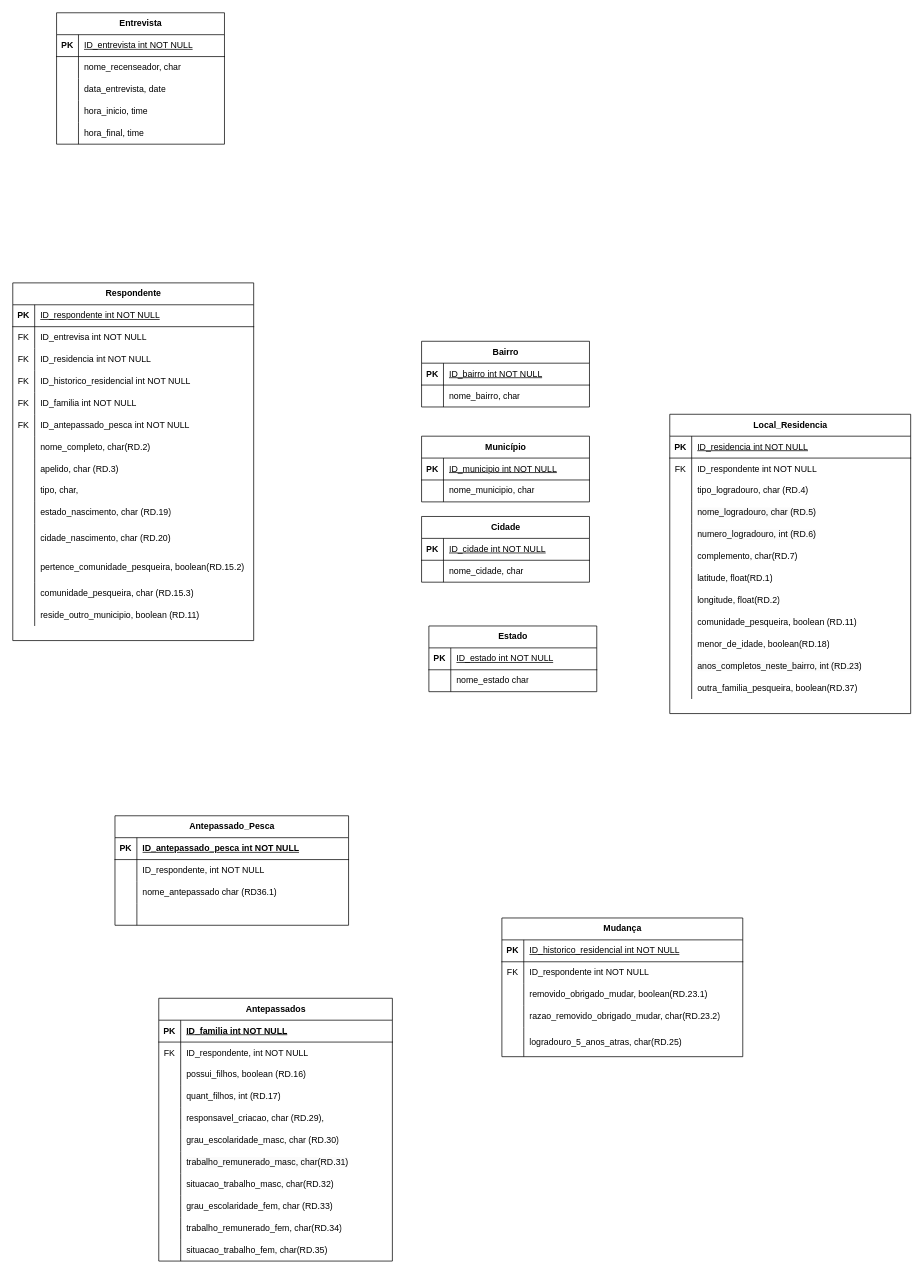
This is mer_1.drawio from larisard/mer, a draw.io file, before an edit. Source tidied: cells renumbered, new cells numbered last; positions are measured from the earlier drawing's top-left corner, leaving out a move shared by most shapes. Both pictures are drawn from the tidied source at 73%, with x=0, y=0 at pixel (12, 12).
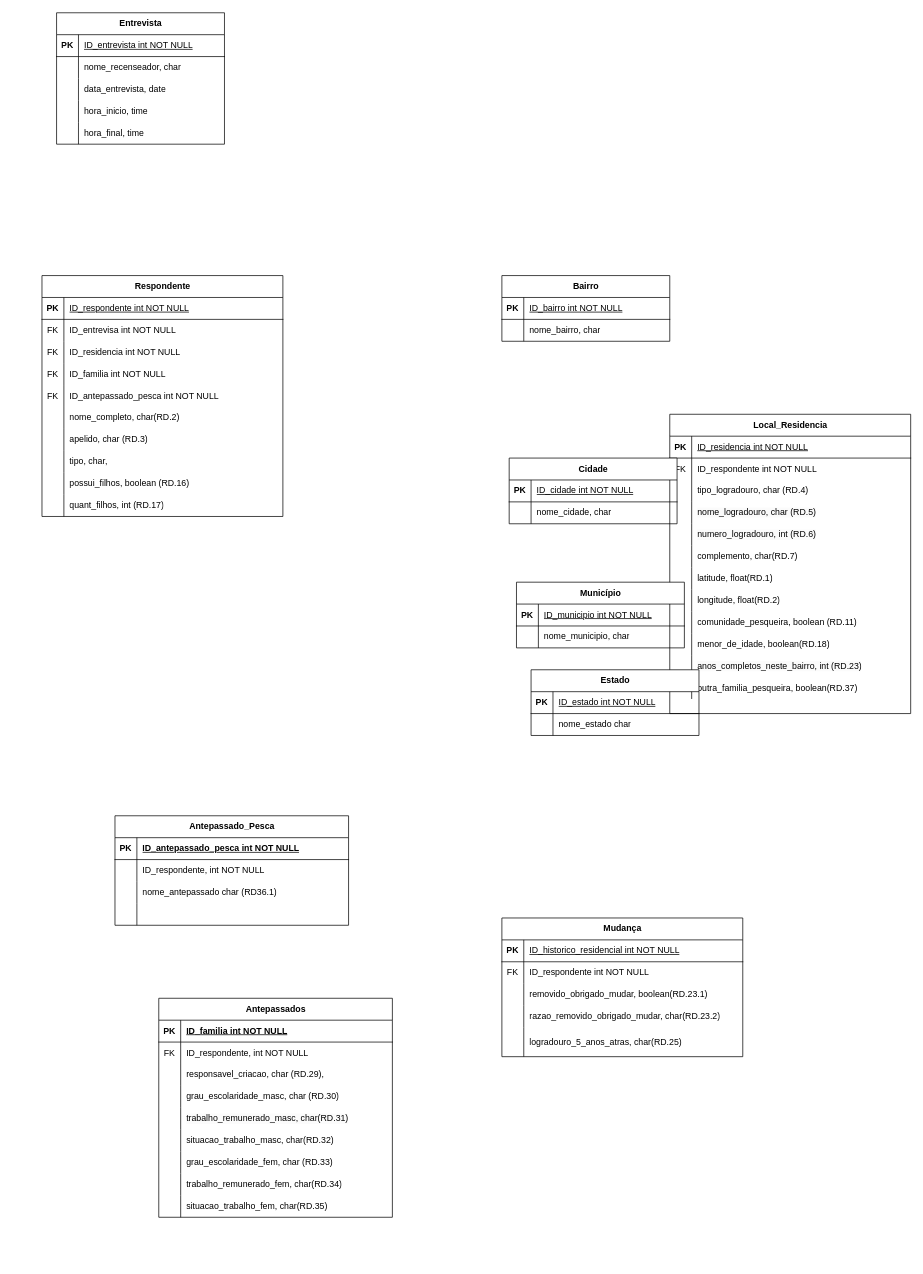
After the change.

The change refers to these unchanged cells:
```xml
<mxCell id="46" style="shape=tableRow;horizontal=0;startSize=0;swimlaneHead=0;swimlaneBody=0;fillColor=none;top=0;left=0;right=0;bottom=0;" parent="18" vertex="1">
  <mxGeometry y="300" width="330" height="30" as="geometry" />
</mxCell>
```

Diff of the diagram source:
```diff
@@
     <mxCell id="18" value="Respondente" style="shape=table;startSize=30;childLayout=tableLayout;rowLines=0;fontStyle=1;align=center;html=1;" parent="1" vertex="1">
-      <mxGeometry y="370" width="330" height="490" as="geometry" />
+      <mxGeometry x="40" y="360" width="330" height="330" as="geometry" />
     </mxCell>
@@
-    <mxCell id="28" style="shape=tableRow;horizontal=0;startSize=0;swimlaneHead=0;swimlaneBody=0;fillColor=none;top=0;left=0;right=0;bottom=0;" parent="18" vertex="1">
-      <mxGeometry y="120" width="330" height="30" as="geometry" />
-    </mxCell>
-    <mxCell id="29" value="FK" style="shape=partialRectangle;fillColor=none;top=0;left=0;bottom=0;right=0;overflow=hidden;whiteSpace=wrap;html=1;" parent="28" vertex="1">
-      <mxGeometry width="30" height="30" as="geometry" />
-    </mxCell>
-    <mxCell id="30" value="&lt;div style=&quot;text-wrap-mode: nowrap;&quot;&gt;ID_historico_residencial int NOT NULL&lt;/div&gt;" style="shape=partialRectangle;fillColor=none;top=0;left=0;bottom=0;right=0;align=left;spacingLeft=6;overflow=hidden;whiteSpace=wrap;html=1;" parent="28" vertex="1">
-      <mxGeometry x="30" width="300" height="30" as="geometry" />
-    </mxCell>
     <mxCell id="31" style="shape=tableRow;horizontal=0;startSize=0;swimlaneHead=0;swimlaneBody=0;fillColor=none;top=0;left=0;right=0;bottom=0;" parent="18" vertex="1">
-      <mxGeometry y="150" width="330" height="30" as="geometry" />
+      <mxGeometry y="120" width="330" height="30" as="geometry" />
     </mxCell>
@@
     <mxCell id="34" style="shape=tableRow;horizontal=0;startSize=0;swimlaneHead=0;swimlaneBody=0;fillColor=none;top=0;left=0;right=0;bottom=0;" parent="18" vertex="1">
-      <mxGeometry y="180" width="330" height="30" as="geometry" />
+      <mxGeometry y="150" width="330" height="30" as="geometry" />
     </mxCell>
@@
     <mxCell id="37" style="shape=tableRow;horizontal=0;startSize=0;swimlaneHead=0;swimlaneBody=0;fillColor=none;top=0;left=0;right=0;bottom=0;" parent="18" vertex="1">
-      <mxGeometry y="210" width="330" height="30" as="geometry" />
+      <mxGeometry y="180" width="330" height="30" as="geometry" />
     </mxCell>
@@
     <mxCell id="40" style="shape=tableRow;horizontal=0;startSize=0;swimlaneHead=0;swimlaneBody=0;fillColor=none;top=0;left=0;right=0;bottom=0;" parent="18" vertex="1">
-      <mxGeometry y="240" width="330" height="30" as="geometry" />
+      <mxGeometry y="210" width="330" height="30" as="geometry" />
     </mxCell>
@@
     <mxCell id="43" style="shape=tableRow;horizontal=0;startSize=0;swimlaneHead=0;swimlaneBody=0;fillColor=none;top=0;left=0;right=0;bottom=0;" parent="18" vertex="1">
-      <mxGeometry y="270" width="330" height="30" as="geometry" />
+      <mxGeometry y="240" width="330" height="30" as="geometry" />
     </mxCell>
@@
+    <mxCell id="189" style="shape=tableRow;horizontal=0;startSize=0;swimlaneHead=0;swimlaneBody=0;fillColor=none;top=0;left=0;right=0;bottom=0;" parent="18" vertex="1">
+      <mxGeometry y="270" width="330" height="30" as="geometry" />
+    </mxCell>
+    <mxCell id="190" style="shape=partialRectangle;fillColor=none;top=0;left=0;bottom=0;right=0;overflow=hidden;whiteSpace=wrap;html=1;" parent="189" vertex="1">
+      <mxGeometry width="30" height="30" as="geometry" />
+    </mxCell>
+    <mxCell id="83" value="&lt;div style=&quot;text-wrap-mode: nowrap;&quot;&gt;possui_filhos, boolean (RD.16)&lt;/div&gt;" style="shape=partialRectangle;fillColor=none;top=0;left=0;bottom=0;right=0;align=left;spacingLeft=6;overflow=hidden;whiteSpace=wrap;html=1;" parent="189" vertex="1">
+      <mxGeometry x="30" width="300" height="30" as="geometry" />
+    </mxCell>
@@
-    <mxCell id="47" style="shape=partialRectangle;fillColor=none;top=0;left=0;bottom=0;right=0;overflow=hidden;whiteSpace=wrap;html=1;" parent="46" vertex="1">
-      <mxGeometry width="30" height="30" as="geometry" />
-    </mxCell>
-    <mxCell id="48" value="&lt;div style=&quot;text-wrap-mode: nowrap;&quot;&gt;&lt;span style=&quot;background-color: initial;&quot;&gt;estado_nascimento, char (RD.19)&lt;/span&gt;&lt;/div&gt;" style="shape=partialRectangle;fillColor=none;top=0;left=0;bottom=0;right=0;align=left;spacingLeft=6;overflow=hidden;whiteSpace=wrap;html=1;" parent="46" vertex="1">
-      <mxGeometry x="30" width="300" height="30" as="geometry" />
-    </mxCell>
-    <mxCell id="49" style="shape=tableRow;horizontal=0;startSize=0;swimlaneHead=0;swimlaneBody=0;fillColor=none;top=0;left=0;right=0;bottom=0;" parent="18" vertex="1">
-      <mxGeometry y="330" width="330" height="40" as="geometry" />
-    </mxCell>
-    <mxCell id="50" style="shape=partialRectangle;fillColor=none;top=0;left=0;bottom=0;right=0;overflow=hidden;whiteSpace=wrap;html=1;" parent="49" vertex="1">
-      <mxGeometry width="30" height="40" as="geometry" />
-    </mxCell>
-    <mxCell id="51" value="&lt;div style=&quot;text-wrap-mode: nowrap;&quot;&gt;&lt;span style=&quot;background-color: initial;&quot;&gt;cidade_nascimento, char (RD.20)&lt;/span&gt;&lt;/div&gt;" style="shape=partialRectangle;fillColor=none;top=0;left=0;bottom=0;right=0;align=left;spacingLeft=6;overflow=hidden;whiteSpace=wrap;html=1;" parent="49" vertex="1">
-      <mxGeometry x="30" width="300" height="40" as="geometry" />
-    </mxCell>
-    <mxCell id="52" style="shape=tableRow;horizontal=0;startSize=0;swimlaneHead=0;swimlaneBody=0;fillColor=none;top=0;left=0;right=0;bottom=0;" parent="18" vertex="1">
-      <mxGeometry y="370" width="330" height="40" as="geometry" />
-    </mxCell>
-    <mxCell id="53" style="shape=partialRectangle;fillColor=none;top=0;left=0;bottom=0;right=0;overflow=hidden;whiteSpace=wrap;html=1;" parent="52" vertex="1">
-      <mxGeometry width="30" height="40" as="geometry" />
-    </mxCell>
-    <mxCell id="54" value="&lt;div style=&quot;text-wrap-mode: nowrap;&quot;&gt;&lt;div&gt;&lt;span style=&quot;background-color: initial;&quot;&gt;pertence_comunidade_pesqueira, boolean(RD.15.2)&lt;/span&gt;&lt;/div&gt;&lt;/div&gt;" style="shape=partialRectangle;fillColor=none;top=0;left=0;bottom=0;right=0;align=left;spacingLeft=6;overflow=hidden;whiteSpace=wrap;html=1;" parent="52" vertex="1">
-      <mxGeometry x="30" width="300" height="40" as="geometry" />
-    </mxCell>
-    <mxCell id="55" style="shape=tableRow;horizontal=0;startSize=0;swimlaneHead=0;swimlaneBody=0;fillColor=none;top=0;left=0;right=0;bottom=0;" parent="18" vertex="1">
-      <mxGeometry y="410" width="330" height="30" as="geometry" />
-    </mxCell>
-    <mxCell id="56" style="shape=partialRectangle;fillColor=none;top=0;left=0;bottom=0;right=0;overflow=hidden;whiteSpace=wrap;html=1;" parent="55" vertex="1">
-      <mxGeometry width="30" height="30" as="geometry" />
-    </mxCell>
-    <mxCell id="57" value="&lt;div style=&quot;text-wrap-mode: nowrap;&quot;&gt;&lt;div&gt;&lt;span style=&quot;background-color: initial;&quot;&gt;comunidade_pesqueira, char (&lt;/span&gt;&lt;span style=&quot;background-color: initial;&quot;&gt;RD.15.3)&lt;/span&gt;&lt;/div&gt;&lt;/div&gt;" style="shape=partialRectangle;fillColor=none;top=0;left=0;bottom=0;right=0;align=left;spacingLeft=6;overflow=hidden;whiteSpace=wrap;html=1;" parent="55" vertex="1">
-      <mxGeometry x="30" width="300" height="30" as="geometry" />
-    </mxCell>
-    <mxCell id="58" style="shape=tableRow;horizontal=0;startSize=0;swimlaneHead=0;swimlaneBody=0;fillColor=none;top=0;left=0;right=0;bottom=0;" parent="18" vertex="1">
-      <mxGeometry y="440" width="330" height="30" as="geometry" />
-    </mxCell>
-    <mxCell id="59" style="shape=partialRectangle;fillColor=none;top=0;left=0;bottom=0;right=0;overflow=hidden;whiteSpace=wrap;html=1;" parent="58" vertex="1">
-      <mxGeometry width="30" height="30" as="geometry" />
-    </mxCell>
-    <mxCell id="60" value="&lt;div style=&quot;text-wrap-mode: nowrap;&quot;&gt;&lt;div&gt;reside_outro_municipio, boolean (RD.11)&lt;/div&gt;&lt;/div&gt;" style="shape=partialRectangle;fillColor=none;top=0;left=0;bottom=0;right=0;align=left;spacingLeft=6;overflow=hidden;whiteSpace=wrap;html=1;" parent="58" vertex="1">
-      <mxGeometry x="30" width="300" height="30" as="geometry" />
-    </mxCell>
+    <mxCell id="191" style="shape=partialRectangle;fillColor=none;top=0;left=0;bottom=0;right=0;overflow=hidden;whiteSpace=wrap;html=1;" parent="46" vertex="1">
+      <mxGeometry width="30" height="30" as="geometry" />
+    </mxCell>
+    <mxCell id="86" value="&lt;div style=&quot;text-wrap-mode: nowrap;&quot;&gt;quant_filhos, int (RD.17)&lt;/div&gt;" style="shape=partialRectangle;fillColor=none;top=0;left=0;bottom=0;right=0;align=left;spacingLeft=6;overflow=hidden;whiteSpace=wrap;html=1;" parent="46" vertex="1">
+      <mxGeometry x="30" width="300" height="30" as="geometry" />
+    </mxCell>
@@
     <mxCell id="74" value="Antepassados" style="shape=table;startSize=30;childLayout=tableLayout;rowLines=0;fontStyle=1;align=center;html=1;" parent="1" vertex="1">
-      <mxGeometry x="200" y="1350" width="320" height="360" as="geometry" />
+      <mxGeometry x="200" y="1350" width="320" height="300" as="geometry" />
     </mxCell>
@@
-    <mxCell id="81" style="shape=tableRow;horizontal=0;startSize=0;swimlaneHead=0;swimlaneBody=0;fillColor=none;top=0;left=0;right=0;bottom=0;" parent="74" vertex="1">
-      <mxGeometry y="90" width="320" height="30" as="geometry" />
-    </mxCell>
-    <mxCell id="82" style="shape=partialRectangle;fillColor=none;top=0;left=0;bottom=0;right=0;overflow=hidden;whiteSpace=wrap;html=1;" parent="81" vertex="1">
-      <mxGeometry width="30" height="30" as="geometry" />
-    </mxCell>
-    <mxCell id="83" value="&lt;div style=&quot;text-wrap-mode: nowrap;&quot;&gt;possui_filhos, boolean (RD.16)&lt;/div&gt;" style="shape=partialRectangle;fillColor=none;top=0;left=0;bottom=0;right=0;align=left;spacingLeft=6;overflow=hidden;whiteSpace=wrap;html=1;" parent="81" vertex="1">
-      <mxGeometry x="30" width="290" height="30" as="geometry" />
-    </mxCell>
-    <mxCell id="84" style="shape=tableRow;horizontal=0;startSize=0;swimlaneHead=0;swimlaneBody=0;fillColor=none;top=0;left=0;right=0;bottom=0;" parent="74" vertex="1">
-      <mxGeometry y="120" width="320" height="30" as="geometry" />
-    </mxCell>
-    <mxCell id="85" style="shape=partialRectangle;fillColor=none;top=0;left=0;bottom=0;right=0;overflow=hidden;whiteSpace=wrap;html=1;" parent="84" vertex="1">
-      <mxGeometry width="30" height="30" as="geometry" />
-    </mxCell>
-    <mxCell id="86" value="&lt;div style=&quot;text-wrap-mode: nowrap;&quot;&gt;quant_filhos, int (RD.17)&lt;/div&gt;" style="shape=partialRectangle;fillColor=none;top=0;left=0;bottom=0;right=0;align=left;spacingLeft=6;overflow=hidden;whiteSpace=wrap;html=1;" parent="84" vertex="1">
-      <mxGeometry x="30" width="290" height="30" as="geometry" />
-    </mxCell>
     <mxCell id="87" style="shape=tableRow;horizontal=0;startSize=0;swimlaneHead=0;swimlaneBody=0;fillColor=none;top=0;left=0;right=0;bottom=0;" parent="74" vertex="1">
-      <mxGeometry y="150" width="320" height="30" as="geometry" />
+      <mxGeometry y="90" width="320" height="30" as="geometry" />
     </mxCell>
@@
     <mxCell id="90" style="shape=tableRow;horizontal=0;startSize=0;swimlaneHead=0;swimlaneBody=0;fillColor=none;top=0;left=0;right=0;bottom=0;" parent="74" vertex="1">
-      <mxGeometry y="180" width="320" height="30" as="geometry" />
+      <mxGeometry y="120" width="320" height="30" as="geometry" />
     </mxCell>
@@
     <mxCell id="93" style="shape=tableRow;horizontal=0;startSize=0;swimlaneHead=0;swimlaneBody=0;fillColor=none;top=0;left=0;right=0;bottom=0;" parent="74" vertex="1">
-      <mxGeometry y="210" width="320" height="30" as="geometry" />
+      <mxGeometry y="150" width="320" height="30" as="geometry" />
     </mxCell>
@@
     <mxCell id="96" style="shape=tableRow;horizontal=0;startSize=0;swimlaneHead=0;swimlaneBody=0;fillColor=none;top=0;left=0;right=0;bottom=0;" parent="74" vertex="1">
-      <mxGeometry y="240" width="320" height="30" as="geometry" />
+      <mxGeometry y="180" width="320" height="30" as="geometry" />
     </mxCell>
@@
     <mxCell id="99" style="shape=tableRow;horizontal=0;startSize=0;swimlaneHead=0;swimlaneBody=0;fillColor=none;top=0;left=0;right=0;bottom=0;" parent="74" vertex="1">
-      <mxGeometry y="270" width="320" height="30" as="geometry" />
+      <mxGeometry y="210" width="320" height="30" as="geometry" />
     </mxCell>
@@
     <mxCell id="102" style="shape=tableRow;horizontal=0;startSize=0;swimlaneHead=0;swimlaneBody=0;fillColor=none;top=0;left=0;right=0;bottom=0;" parent="74" vertex="1">
-      <mxGeometry y="300" width="320" height="30" as="geometry" />
+      <mxGeometry y="240" width="320" height="30" as="geometry" />
     </mxCell>
@@
     <mxCell id="105" style="shape=tableRow;horizontal=0;startSize=0;swimlaneHead=0;swimlaneBody=0;fillColor=none;top=0;left=0;right=0;bottom=0;" parent="74" vertex="1">
-      <mxGeometry y="330" width="320" height="30" as="geometry" />
+      <mxGeometry y="270" width="320" height="30" as="geometry" />
     </mxCell>
@@
     <mxCell id="161" value="Bairro" style="shape=table;startSize=30;childLayout=tableLayout;rowLines=0;fontStyle=1;align=center;html=1;" parent="1" vertex="1">
-      <mxGeometry x="560" y="450" width="230" height="90" as="geometry" />
+      <mxGeometry x="670" y="360" width="230" height="90" as="geometry" />
     </mxCell>
@@
     <mxCell id="168" value="Município" style="shape=table;startSize=30;childLayout=tableLayout;rowLines=0;fontStyle=1;align=center;html=1;" parent="1" vertex="1">
-      <mxGeometry x="560" y="580" width="230" height="90" as="geometry" />
+      <mxGeometry x="690" y="780" width="230" height="90" as="geometry" />
     </mxCell>
@@
     <mxCell id="175" value="Estado" style="shape=table;startSize=30;childLayout=tableLayout;rowLines=0;fontStyle=1;align=center;html=1;" parent="1" vertex="1">
-      <mxGeometry x="570" y="840" width="230" height="90" as="geometry" />
+      <mxGeometry x="710" y="900" width="230" height="90" as="geometry" />
     </mxCell>
@@
     <mxCell id="182" value="Cidade" style="shape=table;startSize=30;childLayout=tableLayout;rowLines=0;fontStyle=1;align=center;html=1;" parent="1" vertex="1">
-      <mxGeometry x="560" y="690" width="230" height="90" as="geometry" />
+      <mxGeometry x="680" y="610" width="230" height="90" as="geometry" />
     </mxCell>
```
